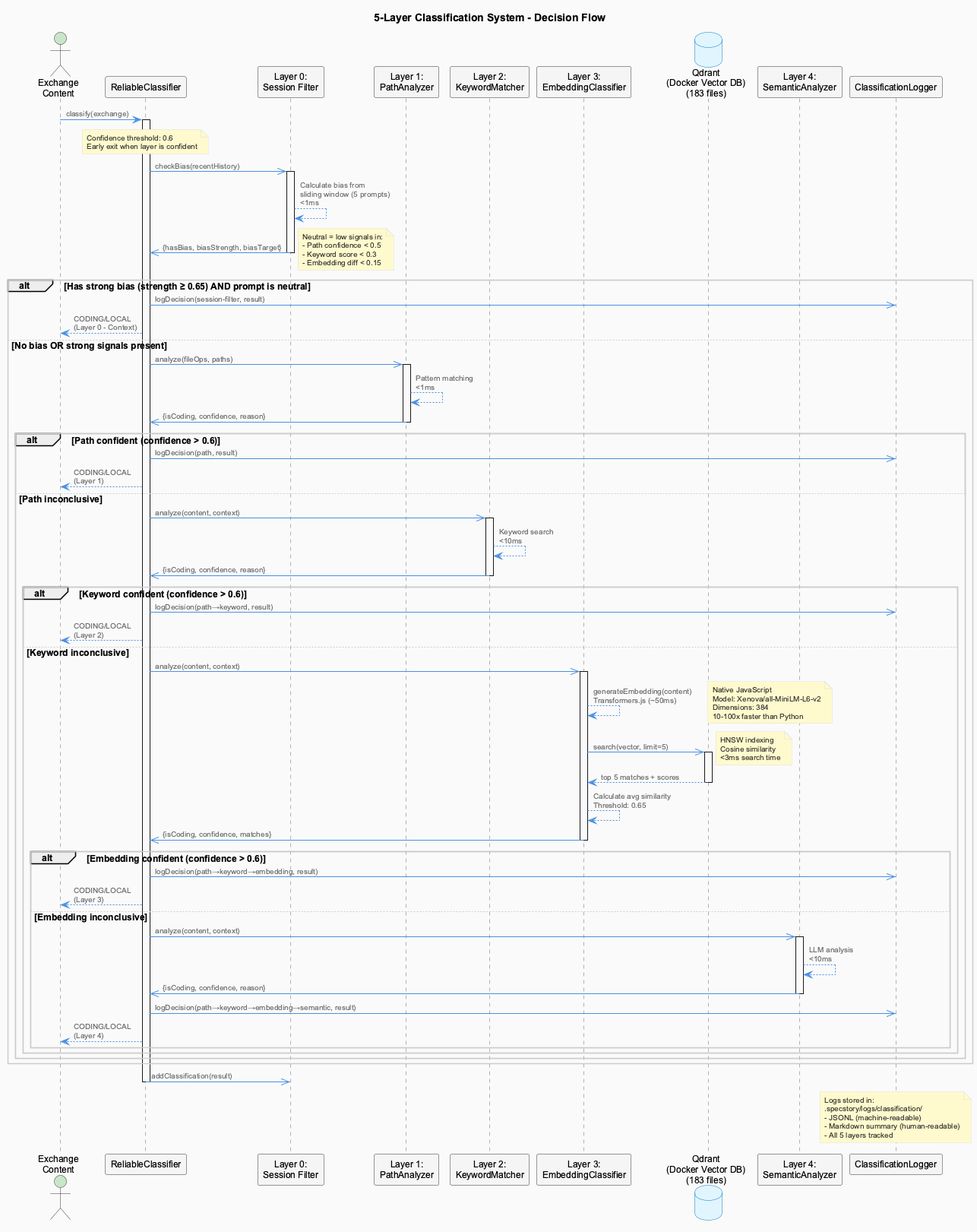
This is docs/images/lsl-5-layer-classification.png from fwornle/coding, a PlantUML export, as it was before one commit.
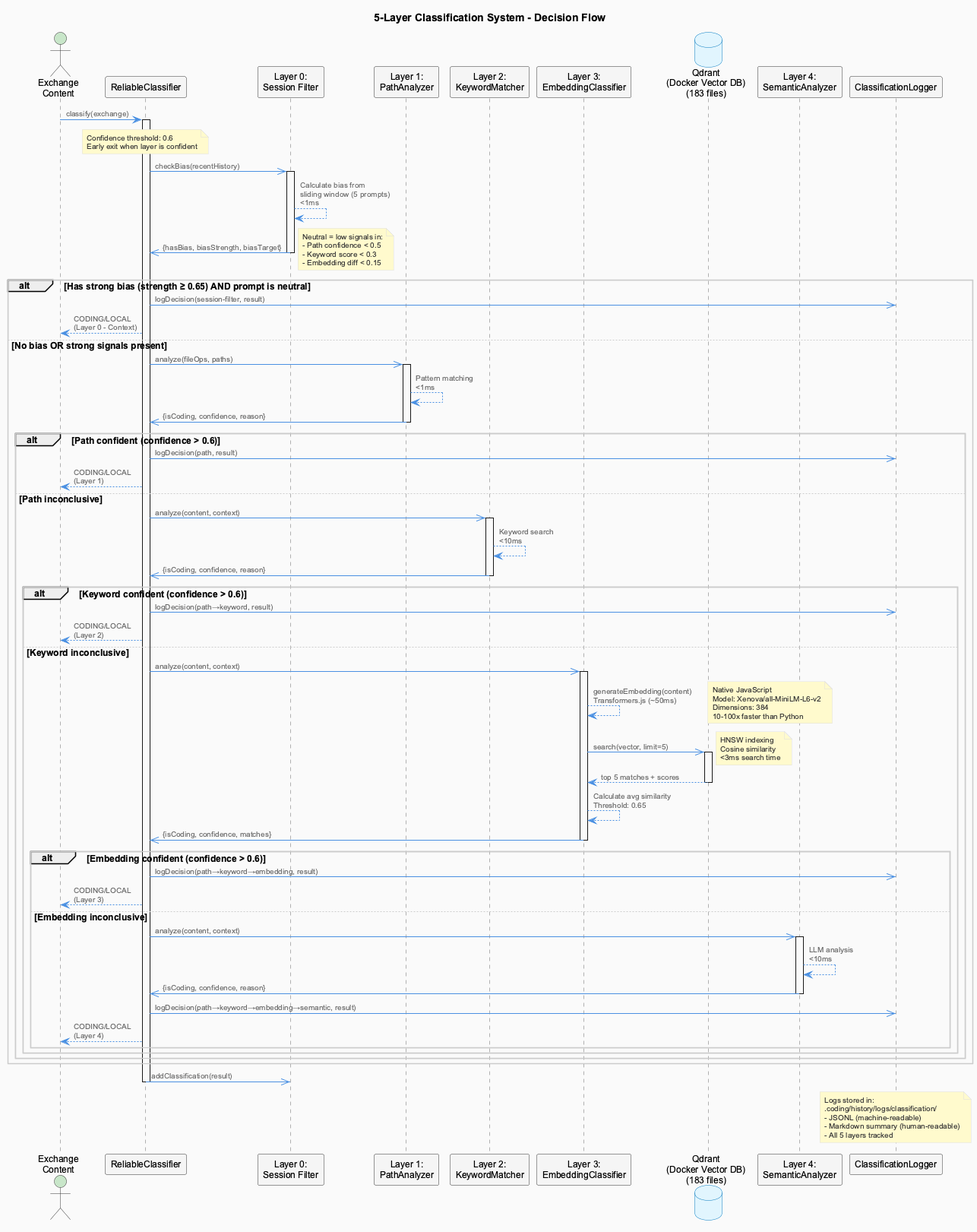
Above is the later version.

The edit, as a diff of the source:
```diff
@@ -109,7 +109,7 @@
 
 note over Logger
   Logs stored in:
-  .specstory/logs/classification/
+  .coding/history/logs/classification/
   - JSONL (machine-readable)
   - Markdown summary (human-readable)
   - All 5 layers tracked
```
